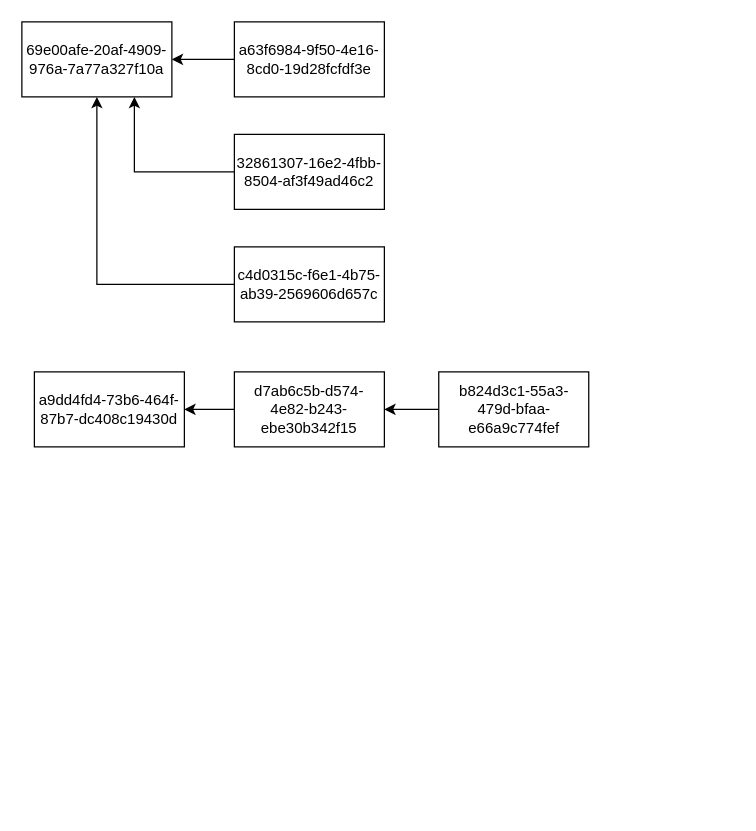
foreignbill/drawio keeps this draw.io diagram as 图.drawio. Above is the earlier version. Source tidied: cells renumbered, new cells numbered last; positions are measured from the earlier drawing's top-left corner, leaving out a move shared by most shapes. Both pictures are drawn from the tidied source at 125%, with x=0, y=0 at pixel (21, 21).
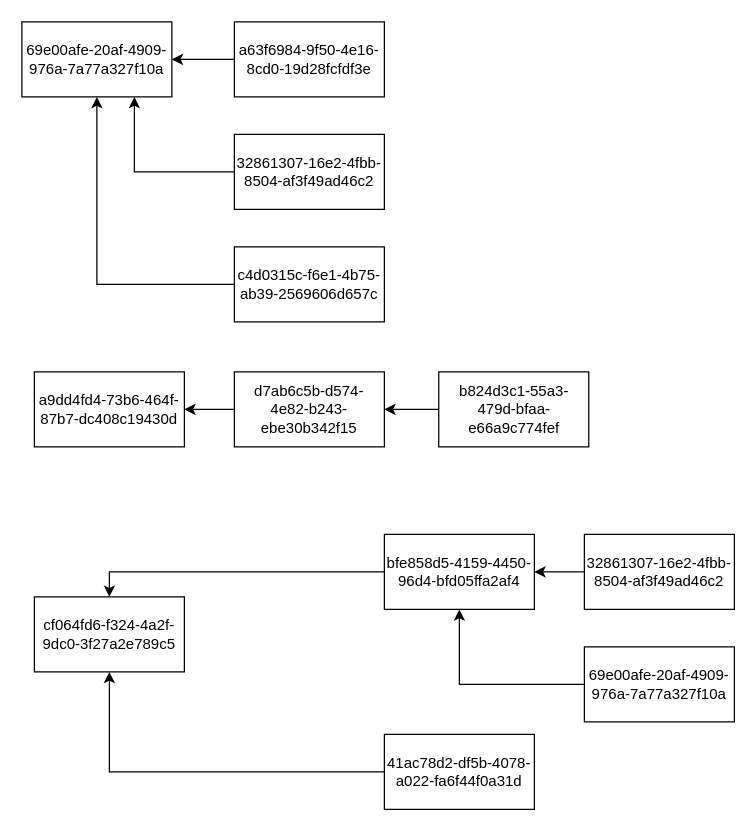
After the change.

Diff of the diagram source:
```diff
@@
+    <mxCell id="14" style="edgeStyle=orthogonalEdgeStyle;rounded=0;jettySize=auto;html=1;exitX=0;exitY=0.5;exitDx=0;exitDy=0;entryX=0.5;entryY=0;entryDx=0;entryDy=0;" parent="1" edge="1" source="15" target="20">
+      <mxGeometry relative="1" as="geometry" />
+    </mxCell>
+    <mxCell id="15" value="bfe858d5-4159-4450-96d4-bfd05ffa2af4" style="rounded=0;whiteSpace=wrap;html=1;" parent="1" vertex="1">
+      <mxGeometry x="290" y="410" width="120" height="60" as="geometry" />
+    </mxCell>
+    <mxCell id="16" style="edgeStyle=orthogonalEdgeStyle;rounded=0;jettySize=auto;html=1;exitX=0;exitY=0.5;exitDx=0;exitDy=0;entryX=1;entryY=0.5;entryDx=0;entryDy=0;" parent="1" edge="1" source="17" target="15">
+      <mxGeometry relative="1" as="geometry" />
+    </mxCell>
+    <mxCell id="17" value="32861307-16e2-4fbb-8504-af3f49ad46c2" style="rounded=0;whiteSpace=wrap;html=1;" parent="1" vertex="1">
+      <mxGeometry x="450" y="410" width="120" height="60" as="geometry" />
+    </mxCell>
+    <mxCell id="18" style="edgeStyle=orthogonalEdgeStyle;rounded=0;jettySize=auto;html=1;exitX=0;exitY=0.5;exitDx=0;exitDy=0;entryX=0.5;entryY=1;entryDx=0;entryDy=0;" parent="1" edge="1" source="19" target="15">
+      <mxGeometry relative="1" as="geometry" />
+    </mxCell>
+    <mxCell id="19" value="69e00afe-20af-4909-976a-7a77a327f10a" style="rounded=0;whiteSpace=wrap;html=1;" parent="1" vertex="1">
+      <mxGeometry x="450" y="500" width="120" height="60" as="geometry" />
+    </mxCell>
+    <mxCell id="20" value="cf064fd6-f324-4a2f-9dc0-3f27a2e789c5" style="rounded=0;whiteSpace=wrap;html=1;" parent="1" vertex="1">
+      <mxGeometry x="10" y="460" width="120" height="60" as="geometry" />
+    </mxCell>
+    <mxCell id="21" style="edgeStyle=orthogonalEdgeStyle;rounded=0;jettySize=auto;html=1;exitX=0;exitY=0.5;exitDx=0;exitDy=0;entryX=0.5;entryY=1;entryDx=0;entryDy=0;" parent="1" edge="1" source="22" target="20">
+      <mxGeometry relative="1" as="geometry" />
+    </mxCell>
+    <mxCell id="22" value="41ac78d2-df5b-4078-a022-fa6f44f0a31d" style="rounded=0;whiteSpace=wrap;html=1;" parent="1" vertex="1">
+      <mxGeometry x="290" y="570" width="120" height="60" as="geometry" />
+    </mxCell>
```
